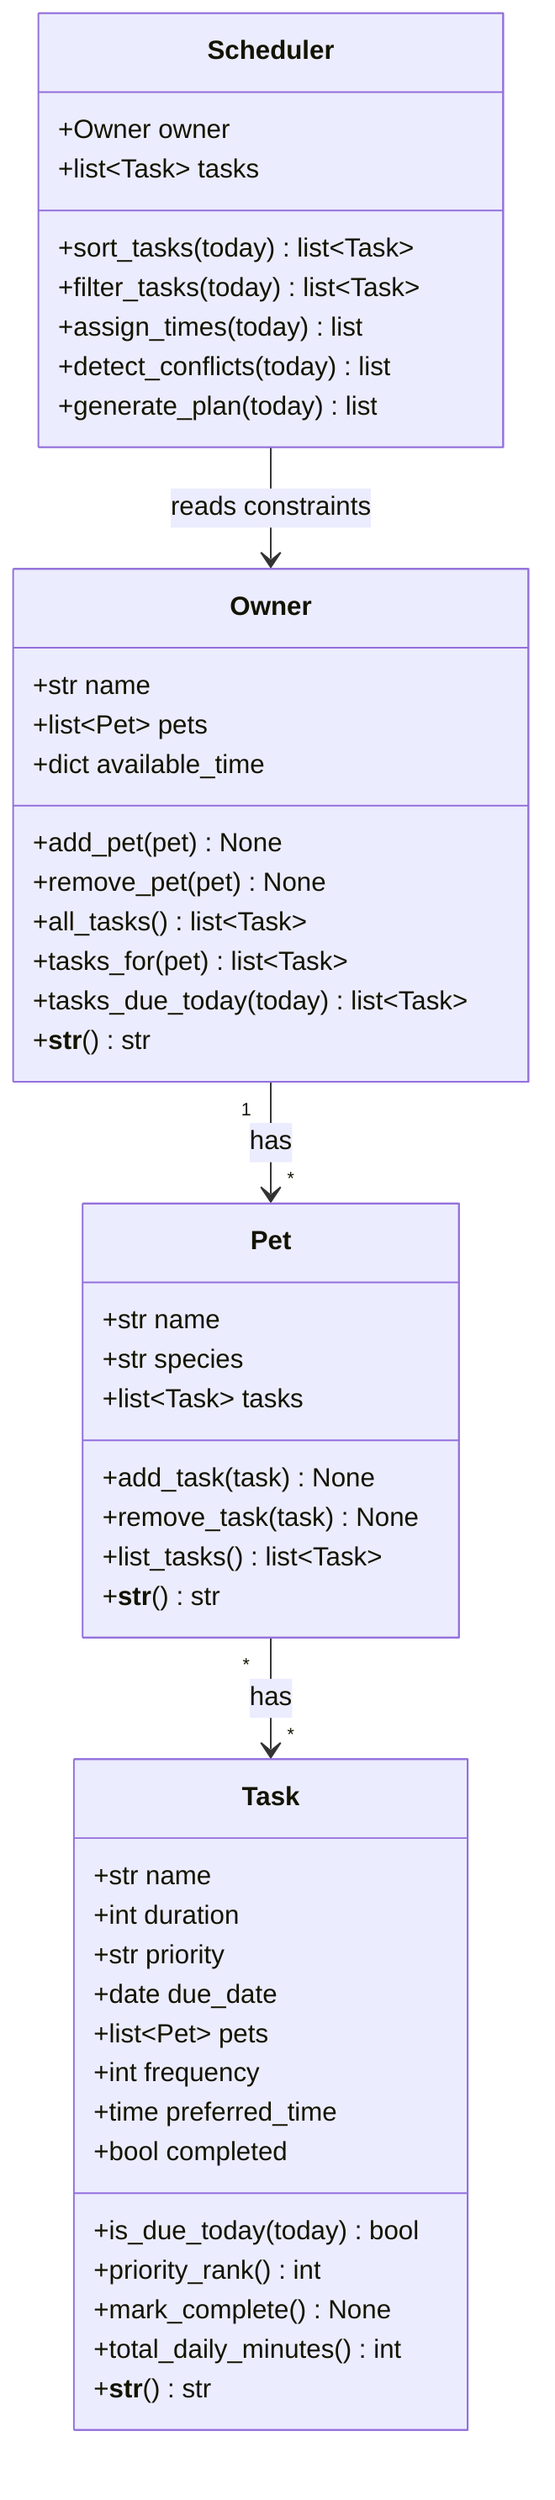
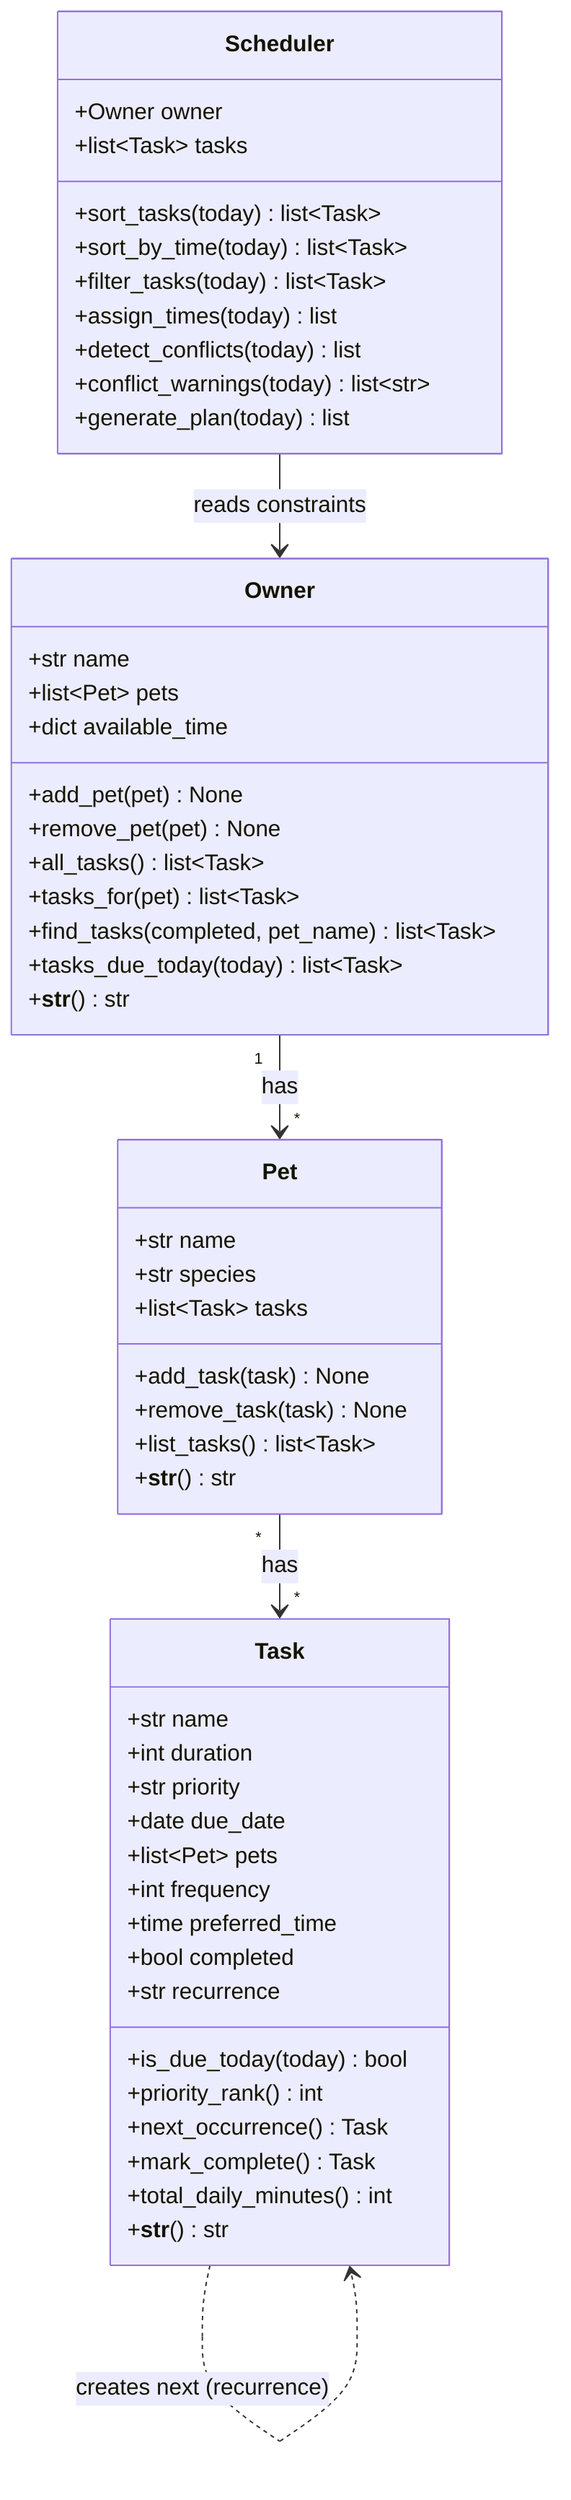
classDiagram
    %% PawPal+ class design

    class Owner {
        +str name
        +list~Pet~ pets
        +dict available_time
        +add_pet(pet) None
        +remove_pet(pet) None
        +all_tasks() list~Task~
        +tasks_for(pet) list~Task~
+         +find_tasks(completed, pet_name) list~Task~
        +tasks_due_today(today) list~Task~
        +__str__() str
    }

    class Pet {
        +str name
        +str species
        +list~Task~ tasks
        +add_task(task) None
        +remove_task(task) None
        +list_tasks() list~Task~
        +__str__() str
    }

    class Task {
        +str name
        +int duration
        +str priority
        +date due_date
        +list~Pet~ pets
        +int frequency
        +time preferred_time
        +bool completed
+         +str recurrence
        +is_due_today(today) bool
        +priority_rank() int
-         +mark_complete() None
+         +next_occurrence() Task
+         +mark_complete() Task
        +total_daily_minutes() int
        +__str__() str
    }

    class Scheduler {
        +Owner owner
        +list~Task~ tasks
        +sort_tasks(today) list~Task~
+         +sort_by_time(today) list~Task~
        +filter_tasks(today) list~Task~
        +assign_times(today) list
        +detect_conflicts(today) list
+         +conflict_warnings(today) list~str~
        +generate_plan(today) list
    }

    Owner "1" --> "*" Pet : has
    Pet "*" --> "*" Task : has
    Scheduler --> Owner : reads constraints
+     Task ..> Task : creates next (recurrence)
